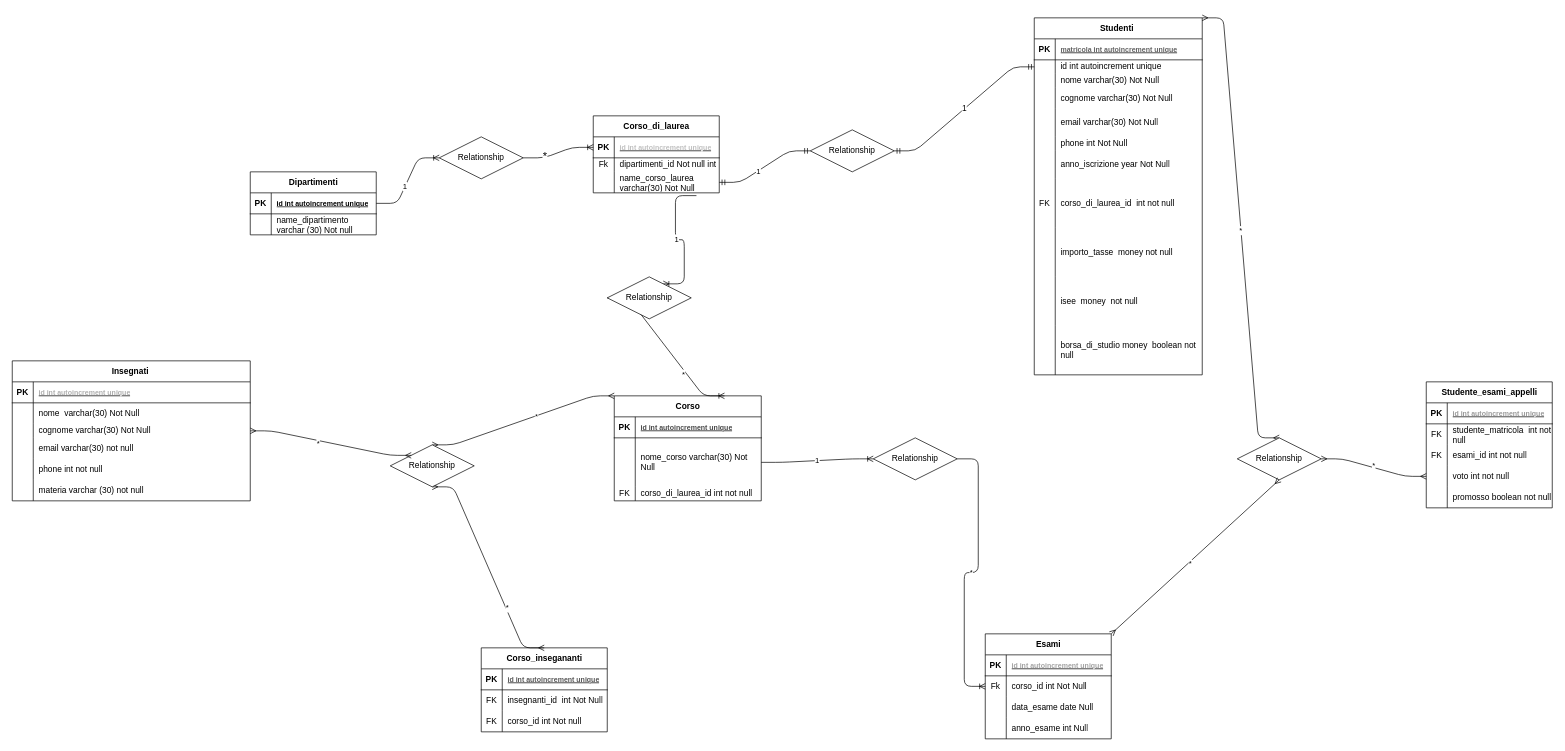
Before: db.drawio in DavideCriscuolo/db-university, a draw.io diagram. Source tidied: cells renumbered, new cells numbered last; positions are measured from the earlier drawing's top-left corner, leaving out a move shared by most shapes. Both pictures are drawn from the tidied source at 70%, with x=0, y=0 at pixel (12, 18).
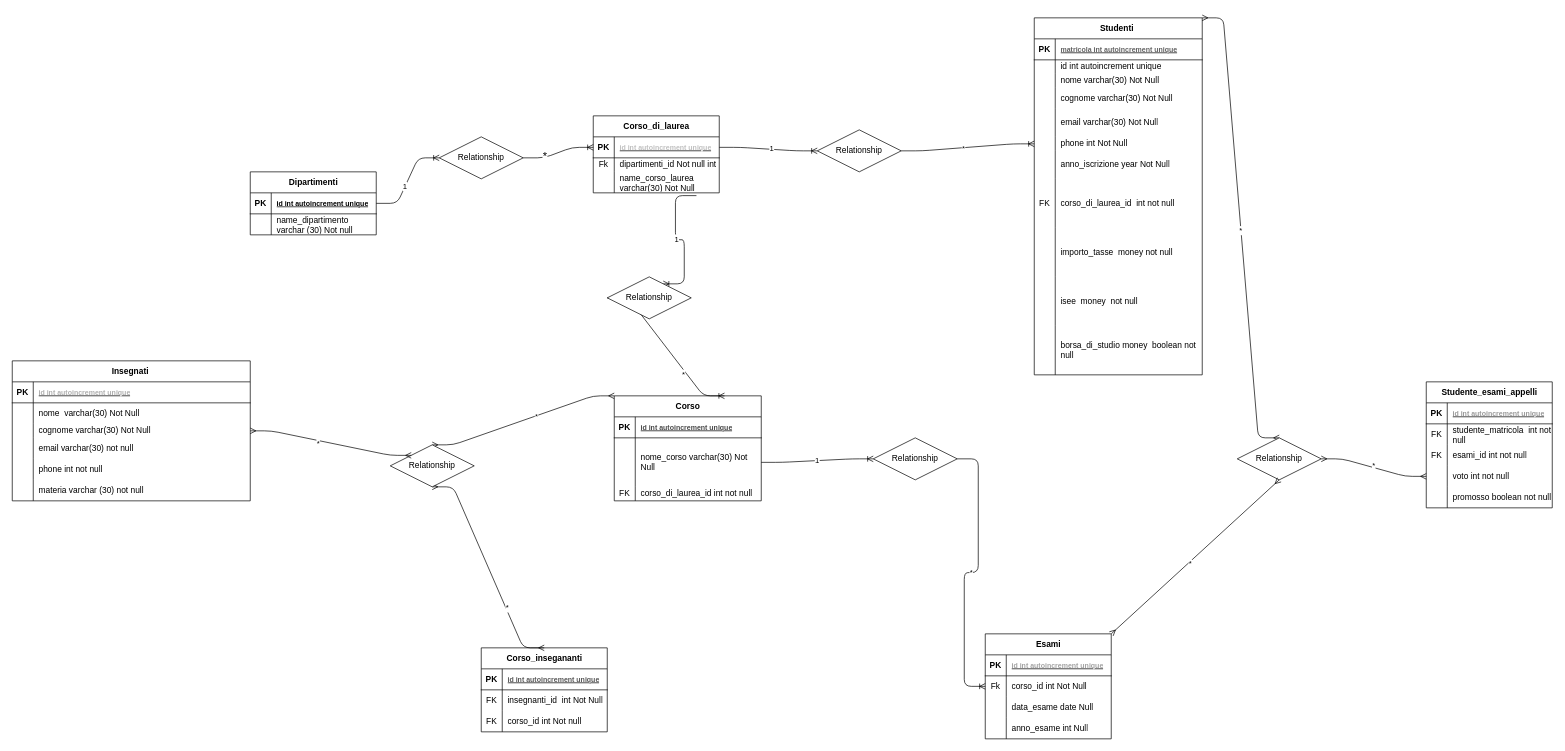
The same page after the edit.

Commit message:
cambiata relazione tra corso_di_laurea e studenti da 1:1 a 1:N

The change refers to these unchanged cells:
```xml
<mxCell id="10" style="shape=tableRow;horizontal=0;startSize=0;swimlaneHead=0;swimlaneBody=0;fillColor=none;points=[[0,0.5],[1,0.5]];portConstraint=eastwest;top=0;left=0;right=0;bottom=1;" parent="9" vertex="1">
  <mxGeometry y="30" width="180" height="30" as="geometry" />
</mxCell>
<mxCell id="16" style="shape=tableRow;horizontal=0;startSize=0;swimlaneHead=0;swimlaneBody=0;fillColor=none;points=[[0,0.5],[1,0.5]];portConstraint=eastwest;top=0;left=0;right=0;bottom=0;" parent="9" vertex="1">
  <mxGeometry y="80" width="180" height="30" as="geometry" />
</mxCell>
<mxCell id="75" style="shape=tableRow;horizontal=0;startSize=0;swimlaneHead=0;swimlaneBody=0;fillColor=none;points=[[0,0.5],[1,0.5]];portConstraint=eastwest;top=0;left=0;right=0;bottom=0;" parent="71" vertex="1">
  <mxGeometry y="60" width="240" height="20" as="geometry" />
</mxCell>
<mxCell id="87" style="shape=tableRow;horizontal=0;startSize=0;swimlaneHead=0;swimlaneBody=0;fillColor=none;points=[[0,0.5],[1,0.5]];portConstraint=eastwest;top=0;left=0;right=0;bottom=0;" parent="71" vertex="1">
  <mxGeometry y="170" width="240" height="20" as="geometry" />
</mxCell>
```

Diff of the diagram source:
```diff
@@
-    <mxCell id="143" value="1" style="edgeStyle=entityRelationEdgeStyle;fontSize=12;html=1;endArrow=ERmandOne;startArrow=ERmandOne;exitX=1;exitY=0.5;exitDx=0;exitDy=0;entryX=0;entryY=0.5;entryDx=0;entryDy=0;" parent="1" edge="1" source="146" target="75">
-      <mxGeometry relative="1" as="geometry" />
-    </mxCell>
-    <mxCell id="144" style="edgeStyle=entityRelationEdgeStyle;fontSize=12;html=1;endArrow=ERmandOne;startArrow=ERmandOne;exitX=1;exitY=0.5;exitDx=0;exitDy=0;entryX=0;entryY=0.5;entryDx=0;entryDy=0;" parent="1" edge="1" source="16" target="146">
-      <mxGeometry relative="1" as="geometry" />
-    </mxCell>
-    <mxCell id="145" value="1" style="edgeLabel;html=1;align=center;verticalAlign=middle;" parent="144" vertex="1">
-      <mxGeometry x="-0.16" y="-1" relative="1" as="geometry" />
-    </mxCell>
-    <mxCell id="146" value="Relationship" style="shape=rhombus;perimeter=rhombusPerimeter;whiteSpace=wrap;html=1;align=center;" parent="1" vertex="1">
-      <mxGeometry x="1140" y="160" width="120" height="60" as="geometry" />
-    </mxCell>
@@
+    <mxCell id="154" style="edgeStyle=entityRelationEdgeStyle;fontSize=12;html=1;endArrow=ERoneToMany;entryX=0;entryY=0.5;entryDx=0;entryDy=0;exitX=1;exitY=0.5;exitDx=0;exitDy=0;" parent="1" edge="1" source="146" target="87">
+      <mxGeometry relative="1" as="geometry" />
+    </mxCell>
+    <mxCell id="155" value="*" style="edgeLabel;html=1;align=center;verticalAlign=middle;" parent="154" vertex="1">
+      <mxGeometry x="-0.06" relative="1" as="geometry" />
+    </mxCell>
+    <mxCell id="156" style="edgeStyle=entityRelationEdgeStyle;fontSize=12;html=1;endArrow=ERoneToMany;entryX=0;entryY=0.5;entryDx=0;entryDy=0;exitX=1;exitY=0.5;exitDx=0;exitDy=0;" parent="1" edge="1" source="10" target="146">
+      <mxGeometry relative="1" as="geometry" />
+    </mxCell>
+    <mxCell id="145" value="1" style="edgeLabel;html=1;align=center;verticalAlign=middle;" parent="156" vertex="1">
+      <mxGeometry x="0.06" y="2" relative="1" as="geometry" />
+    </mxCell>
+    <mxCell id="146" value="Relationship" style="shape=rhombus;perimeter=rhombusPerimeter;whiteSpace=wrap;html=1;align=center;" parent="1" vertex="1">
+      <mxGeometry x="1150" y="160" width="120" height="60" as="geometry" />
+    </mxCell>
```
